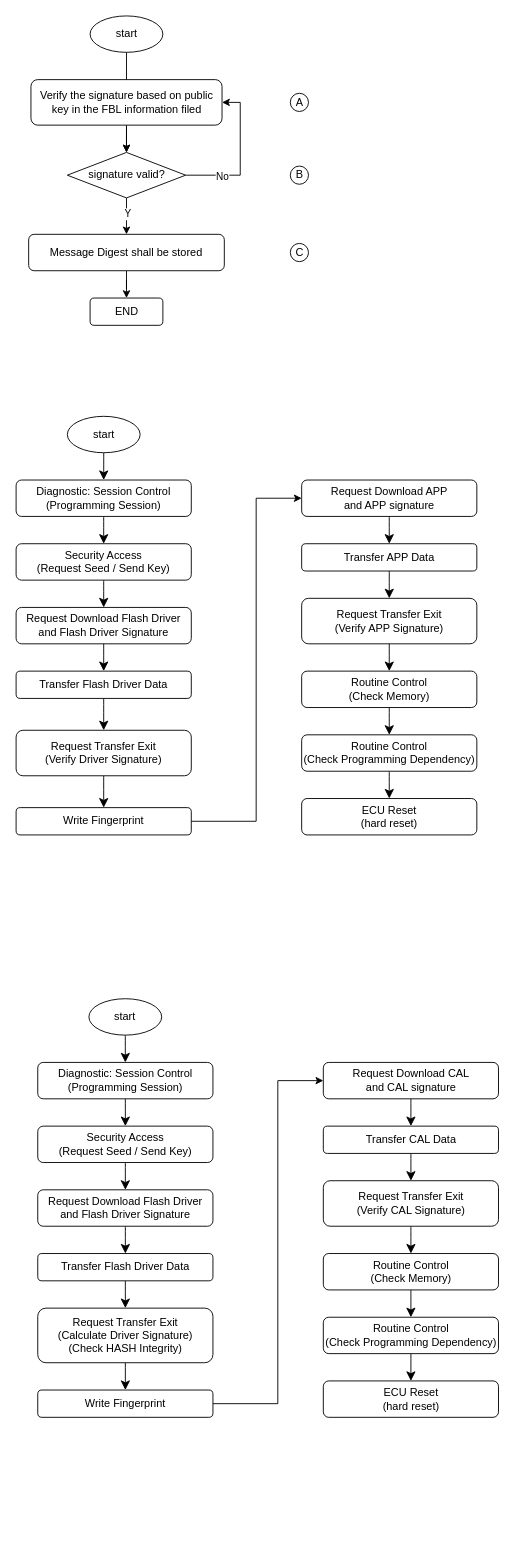
Before: Untitled Diagram.drawio in YuzhouYe/peb, a draw.io diagram. Source tidied: cells renumbered, new cells numbered last; positions are measured from the earlier drawing's top-left corner, leaving out a move shared by most shapes. Both pictures are drawn from the tidied source at 91%, with x=0, y=0 at pixel (15, 15).
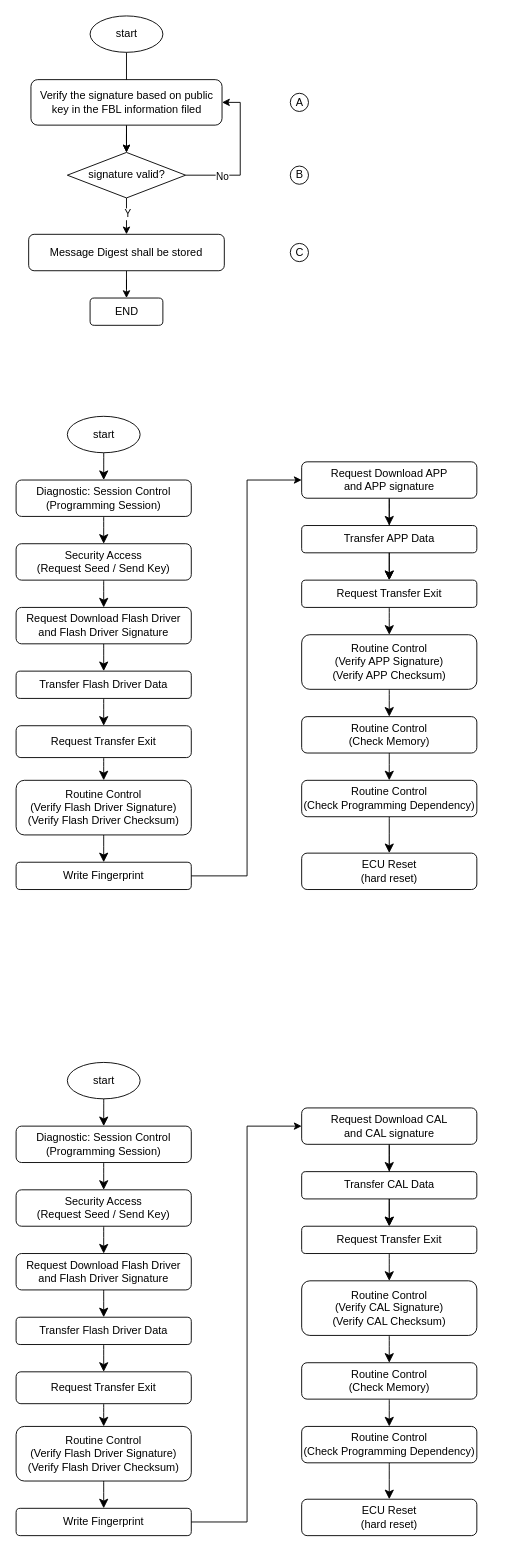
After the change.

What changed in the source:
```diff
@@
-    <mxCell id="27" style="edgeStyle=none;curved=1;rounded=0;jettySize=auto;html=1;exitX=0.5;exitY=1;exitDx=0;exitDy=0;entryX=0.5;entryY=0;entryDx=0;entryDy=0;fontSize=12;startSize=8;endSize=8;" parent="1" edge="1" source="28" target="29">
-      <mxGeometry relative="1" as="geometry" />
-    </mxCell>
+    <mxCell id="67" style="edgeStyle=none;curved=1;rounded=0;jettySize=auto;html=1;exitX=0.5;exitY=1;exitDx=0;exitDy=0;entryX=0.5;entryY=0;entryDx=0;entryDy=0;fontSize=12;startSize=8;endSize=8;" parent="1" edge="1" source="28" target="70">
+      <mxGeometry relative="1" as="geometry" />
+    </mxCell>
-    <mxCell id="28" value="Request Transfer Exit&lt;div&gt;(Verify Driver Signature)&lt;/div&gt;" style="rounded=1;whiteSpace=wrap;html=1;" parent="1" vertex="1">
-      <mxGeometry x="0.2" y="785" width="192.5" height="50" as="geometry" />
+    <mxCell id="28" value="Request Transfer Exit" style="rounded=1;whiteSpace=wrap;html=1;" parent="1" vertex="1">
+      <mxGeometry x="0.2" y="780" width="192.5" height="35" as="geometry" />
     </mxCell>
     <mxCell id="29" value="Write Fingerprint" style="rounded=1;whiteSpace=wrap;html=1;" parent="1" vertex="1">
-      <mxGeometry x="0.2" y="870" width="192.5" height="30" as="geometry" />
+      <mxGeometry x="0.2" y="930" width="192.5" height="30" as="geometry" />
     </mxCell>
@@
+    <mxCell id="68" style="edgeStyle=none;curved=1;rounded=0;jettySize=auto;html=1;fontSize=12;startSize=8;endSize=8;" parent="1" edge="1" source="31" target="35">
+      <mxGeometry relative="1" as="geometry" />
+    </mxCell>
     <mxCell id="31" value="Request Download APP&lt;div&gt;and APP signature&lt;/div&gt;" style="rounded=1;whiteSpace=wrap;html=1;" parent="1" vertex="1">
-      <mxGeometry x="314" y="510" width="192.5" height="40" as="geometry" />
+      <mxGeometry x="314" y="490" width="192.5" height="40" as="geometry" />
     </mxCell>
@@
     <mxCell id="33" value="Transfer APP Data" style="rounded=1;whiteSpace=wrap;html=1;" parent="1" vertex="1">
-      <mxGeometry x="314" y="580" width="192.5" height="30" as="geometry" />
+      <mxGeometry x="314" y="560" width="192.5" height="30" as="geometry" />
     </mxCell>
-    <mxCell id="34" style="edgeStyle=none;curved=1;rounded=0;jettySize=auto;html=1;entryX=0.5;entryY=0;entryDx=0;entryDy=0;fontSize=12;startSize=8;endSize=8;" parent="1" edge="1" source="35" target="37">
+    <mxCell id="34" style="edgeStyle=none;curved=1;rounded=0;jettySize=auto;html=1;entryX=0.5;entryY=0;entryDx=0;entryDy=0;fontSize=12;startSize=8;endSize=8;" parent="1" edge="1" source="35" target="72">
       <mxGeometry relative="1" as="geometry" />
     </mxCell>
-    <mxCell id="35" value="Request Transfer Exit&lt;div&gt;(Verify APP Signature)&lt;/div&gt;" style="rounded=1;whiteSpace=wrap;html=1;" parent="1" vertex="1">
-      <mxGeometry x="314" y="640" width="192.5" height="50" as="geometry" />
+    <mxCell id="35" value="Request Transfer Exit" style="rounded=1;whiteSpace=wrap;html=1;" parent="1" vertex="1">
+      <mxGeometry x="314" y="620" width="192.5" height="30" as="geometry" />
     </mxCell>
-    <mxCell id="36" style="edgeStyle=none;curved=1;rounded=0;jettySize=auto;html=1;exitX=0.5;exitY=1;exitDx=0;exitDy=0;entryX=0.5;entryY=0;entryDx=0;entryDy=0;fontSize=12;startSize=8;endSize=8;" parent="1" edge="1" source="37" target="39">
-      <mxGeometry relative="1" as="geometry" />
-    </mxCell>
-    <mxCell id="37" value="Routine Control&lt;div&gt;(Check Memory)&lt;/div&gt;" style="rounded=1;whiteSpace=wrap;html=1;" parent="1" vertex="1">
-      <mxGeometry x="314" y="720" width="192.5" height="40" as="geometry" />
-    </mxCell>
@@
     <mxCell id="39" value="Routine Control&lt;div&gt;(Check Programming Dependency)&lt;/div&gt;" style="rounded=1;whiteSpace=wrap;html=1;" parent="1" vertex="1">
-      <mxGeometry x="314" y="790" width="192.5" height="40" as="geometry" />
+      <mxGeometry x="314" y="840" width="192.5" height="40" as="geometry" />
     </mxCell>
     <mxCell id="40" value="ECU Reset&lt;div&gt;(hard reset)&lt;/div&gt;" style="rounded=1;whiteSpace=wrap;html=1;" parent="1" vertex="1">
-      <mxGeometry x="314" y="860" width="192.5" height="40" as="geometry" />
+      <mxGeometry x="314" y="920" width="192.5" height="40" as="geometry" />
     </mxCell>
+    <mxCell id="69" style="edgeStyle=none;curved=1;rounded=0;jettySize=auto;html=1;exitX=0.5;exitY=1;exitDx=0;exitDy=0;fontSize=12;startSize=8;endSize=8;" parent="1" edge="1" source="70" target="29">
+      <mxGeometry relative="1" as="geometry" />
+    </mxCell>
+    <mxCell id="70" value="Routine Control&lt;div&gt;&lt;span style=&quot;background-color: transparent; color: light-dark(rgb(0, 0, 0), rgb(255, 255, 255));&quot;&gt;(Verify Flash Driver Signature)&lt;/span&gt;&lt;/div&gt;&lt;div&gt;&lt;div&gt;(Verify Flash Driver Checksum)&lt;/div&gt;&lt;/div&gt;" style="rounded=1;whiteSpace=wrap;html=1;" parent="1" vertex="1">
+      <mxGeometry x="0.2" y="840" width="192.5" height="60" as="geometry" />
+    </mxCell>
+    <mxCell id="71" style="edgeStyle=none;curved=1;rounded=0;jettySize=auto;html=1;exitX=0.5;exitY=1;exitDx=0;exitDy=0;entryX=0.5;entryY=0;entryDx=0;entryDy=0;fontSize=12;startSize=8;endSize=8;" parent="1" edge="1" source="72" target="74">
+      <mxGeometry relative="1" as="geometry" />
+    </mxCell>
+    <mxCell id="72" value="Routine Control&lt;div&gt;&lt;span style=&quot;background-color: transparent; color: light-dark(rgb(0, 0, 0), rgb(255, 255, 255));&quot;&gt;(Verify APP Signature)&lt;/span&gt;&lt;/div&gt;&lt;div&gt;&lt;div&gt;(Verify APP Checksum)&lt;/div&gt;&lt;/div&gt;" style="rounded=1;whiteSpace=wrap;html=1;" parent="1" vertex="1">
+      <mxGeometry x="314" y="680" width="192.5" height="60" as="geometry" />
+    </mxCell>
+    <mxCell id="73" style="edgeStyle=none;curved=1;rounded=0;jettySize=auto;html=1;exitX=0.5;exitY=1;exitDx=0;exitDy=0;entryX=0.5;entryY=0;entryDx=0;entryDy=0;fontSize=12;startSize=8;endSize=8;" parent="1" edge="1" source="74" target="39">
+      <mxGeometry relative="1" as="geometry" />
+    </mxCell>
+    <mxCell id="74" value="Routine Control&lt;div&gt;(Check Memory)&lt;/div&gt;" style="rounded=1;whiteSpace=wrap;html=1;" parent="1" vertex="1">
+      <mxGeometry x="314" y="770" width="192.5" height="40" as="geometry" />
+    </mxCell>
     <mxCell id="41" style="edgeStyle=orthogonalEdgeStyle;rounded=0;jettySize=auto;html=1;entryX=0;entryY=0.5;entryDx=0;entryDy=0;exitX=1;exitY=0.5;exitDx=0;exitDy=0;" parent="1" edge="1" source="29" target="31">
       <mxGeometry relative="1" as="geometry">
         <Array as="points">
-          <mxPoint x="264" y="885" />
-          <mxPoint x="264" y="530" />
+          <mxPoint x="254" y="945" />
+          <mxPoint x="254" y="510" />
         </Array>
       </mxGeometry>
     </mxCell>
@@
     <mxCell id="43" value="start" style="ellipse;whiteSpace=wrap;html=1;" parent="1" vertex="1">
-      <mxGeometry x="80.2" y="1080" width="80" height="40" as="geometry" />
+      <mxGeometry x="56.5" y="1150" width="80" height="40" as="geometry" />
     </mxCell>
@@
     <mxCell id="45" value="Diagnostic: Session Control&lt;div&gt;(Programming Session)&lt;/div&gt;" style="rounded=1;whiteSpace=wrap;html=1;" parent="1" vertex="1">
-      <mxGeometry x="24" y="1150" width="192.5" height="40" as="geometry" />
+      <mxGeometry x="0.2" y="1220" width="192.5" height="40" as="geometry" />
     </mxCell>
@@
     <mxCell id="47" value="Security Access&lt;div&gt;(Request Seed / Send Key)&lt;/div&gt;" style="rounded=1;whiteSpace=wrap;html=1;" parent="1" vertex="1">
-      <mxGeometry x="24" y="1220" width="192.5" height="40" as="geometry" />
+      <mxGeometry x="0.2" y="1290" width="192.5" height="40" as="geometry" />
     </mxCell>
@@
     <mxCell id="49" value="Request Download Flash Driver&lt;div&gt;and Flash Driver Signature&lt;/div&gt;" style="rounded=1;whiteSpace=wrap;html=1;" parent="1" vertex="1">
-      <mxGeometry x="24" y="1290" width="192.5" height="40" as="geometry" />
+      <mxGeometry x="0.2" y="1360" width="192.5" height="40" as="geometry" />
     </mxCell>
-    <mxCell id="50" style="edgeStyle=none;curved=1;rounded=0;jettySize=auto;html=1;exitX=0.5;exitY=1;exitDx=0;exitDy=0;entryX=0.5;entryY=0;entryDx=0;entryDy=0;fontSize=12;startSize=8;endSize=8;" parent="1" edge="1" source="51" target="53">
-      <mxGeometry relative="1" as="geometry" />
-    </mxCell>
+    <mxCell id="75" style="edgeStyle=none;curved=1;rounded=0;jettySize=auto;html=1;exitX=0.5;exitY=1;exitDx=0;exitDy=0;entryX=0.5;entryY=0;entryDx=0;entryDy=0;fontSize=12;startSize=8;endSize=8;" parent="1" edge="1" source="51" target="77">
+      <mxGeometry relative="1" as="geometry" />
+    </mxCell>
     <mxCell id="51" value="Transfer Flash Driver Data" style="rounded=1;whiteSpace=wrap;html=1;" parent="1" vertex="1">
-      <mxGeometry x="24" y="1360" width="192.5" height="30" as="geometry" />
+      <mxGeometry x="0.2" y="1430" width="192.5" height="30" as="geometry" />
     </mxCell>
-    <mxCell id="52" style="edgeStyle=none;curved=1;rounded=0;jettySize=auto;html=1;exitX=0.5;exitY=1;exitDx=0;exitDy=0;entryX=0.5;entryY=0;entryDx=0;entryDy=0;fontSize=12;startSize=8;endSize=8;" parent="1" edge="1" source="53" target="54">
-      <mxGeometry relative="1" as="geometry" />
-    </mxCell>
-    <mxCell id="53" value="Request Transfer Exit&lt;div&gt;(Calculate Driver Signature)&lt;/div&gt;&lt;div&gt;(Check HASH Integrity)&lt;/div&gt;" style="rounded=1;whiteSpace=wrap;html=1;" parent="1" vertex="1">
-      <mxGeometry x="24" y="1420" width="192.5" height="60" as="geometry" />
-    </mxCell>
+    <mxCell id="76" style="edgeStyle=none;curved=1;rounded=0;jettySize=auto;html=1;exitX=0.5;exitY=1;exitDx=0;exitDy=0;entryX=0.5;entryY=0;entryDx=0;entryDy=0;fontSize=12;startSize=8;endSize=8;" parent="1" edge="1" source="77" target="83">
+      <mxGeometry relative="1" as="geometry" />
+    </mxCell>
+    <mxCell id="77" value="Request Transfer Exit" style="rounded=1;whiteSpace=wrap;html=1;" parent="1" vertex="1">
+      <mxGeometry x="0.2" y="1490" width="192.5" height="35" as="geometry" />
+    </mxCell>
     <mxCell id="54" value="Write Fingerprint" style="rounded=1;whiteSpace=wrap;html=1;" parent="1" vertex="1">
-      <mxGeometry x="24" y="1510" width="192.5" height="30" as="geometry" />
+      <mxGeometry x="0.2" y="1640" width="192.5" height="30" as="geometry" />
     </mxCell>
@@
+    <mxCell id="78" style="edgeStyle=none;curved=1;rounded=0;jettySize=auto;html=1;fontSize=12;startSize=8;endSize=8;" parent="1" edge="1" source="56" target="81">
+      <mxGeometry relative="1" as="geometry" />
+    </mxCell>
     <mxCell id="56" value="Request Download CAL&lt;div&gt;and CAL signature&lt;/div&gt;" style="rounded=1;whiteSpace=wrap;html=1;" parent="1" vertex="1">
-      <mxGeometry x="337.8" y="1150" width="192.5" height="40" as="geometry" />
+      <mxGeometry x="314" y="1200" width="192.5" height="40" as="geometry" />
     </mxCell>
-    <mxCell id="57" style="edgeStyle=none;curved=1;rounded=0;jettySize=auto;html=1;fontSize=12;startSize=8;endSize=8;" parent="1" edge="1" source="58" target="60">
-      <mxGeometry relative="1" as="geometry" />
-    </mxCell>
+    <mxCell id="79" style="edgeStyle=none;curved=1;rounded=0;jettySize=auto;html=1;fontSize=12;startSize=8;endSize=8;" parent="1" edge="1" source="58" target="81">
+      <mxGeometry relative="1" as="geometry" />
+    </mxCell>
     <mxCell id="58" value="Transfer CAL Data" style="rounded=1;whiteSpace=wrap;html=1;" parent="1" vertex="1">
-      <mxGeometry x="337.8" y="1220" width="192.5" height="30" as="geometry" />
+      <mxGeometry x="314" y="1270" width="192.5" height="30" as="geometry" />
     </mxCell>
-    <mxCell id="59" style="edgeStyle=none;curved=1;rounded=0;jettySize=auto;html=1;entryX=0.5;entryY=0;entryDx=0;entryDy=0;fontSize=12;startSize=8;endSize=8;" parent="1" edge="1" source="60" target="62">
-      <mxGeometry relative="1" as="geometry" />
-    </mxCell>
-    <mxCell id="60" value="Request Transfer Exit&lt;div&gt;(Verify CAL Signature)&lt;/div&gt;" style="rounded=1;whiteSpace=wrap;html=1;" parent="1" vertex="1">
-      <mxGeometry x="337.8" y="1280" width="192.5" height="50" as="geometry" />
-    </mxCell>
-    <mxCell id="61" style="edgeStyle=none;curved=1;rounded=0;jettySize=auto;html=1;exitX=0.5;exitY=1;exitDx=0;exitDy=0;entryX=0.5;entryY=0;entryDx=0;entryDy=0;fontSize=12;startSize=8;endSize=8;" parent="1" edge="1" source="62" target="64">
-      <mxGeometry relative="1" as="geometry" />
-    </mxCell>
-    <mxCell id="62" value="Routine Control&lt;div&gt;(Check Memory)&lt;/div&gt;" style="rounded=1;whiteSpace=wrap;html=1;" parent="1" vertex="1">
-      <mxGeometry x="337.8" y="1360" width="192.5" height="40" as="geometry" />
-    </mxCell>
+    <mxCell id="80" style="edgeStyle=none;curved=1;rounded=0;jettySize=auto;html=1;entryX=0.5;entryY=0;entryDx=0;entryDy=0;fontSize=12;startSize=8;endSize=8;" parent="1" edge="1" source="81" target="85">
+      <mxGeometry relative="1" as="geometry" />
+    </mxCell>
+    <mxCell id="81" value="Request Transfer Exit" style="rounded=1;whiteSpace=wrap;html=1;" parent="1" vertex="1">
+      <mxGeometry x="314" y="1330" width="192.5" height="30" as="geometry" />
+    </mxCell>
@@
     <mxCell id="64" value="Routine Control&lt;div&gt;(Check Programming Dependency)&lt;/div&gt;" style="rounded=1;whiteSpace=wrap;html=1;" parent="1" vertex="1">
-      <mxGeometry x="337.8" y="1430" width="192.5" height="40" as="geometry" />
+      <mxGeometry x="314" y="1550" width="192.5" height="40" as="geometry" />
     </mxCell>
     <mxCell id="65" value="ECU Reset&lt;div&gt;(hard reset)&lt;/div&gt;" style="rounded=1;whiteSpace=wrap;html=1;" parent="1" vertex="1">
-      <mxGeometry x="337.8" y="1500" width="192.5" height="40" as="geometry" />
+      <mxGeometry x="314" y="1630" width="192.5" height="40" as="geometry" />
     </mxCell>
+    <mxCell id="82" style="edgeStyle=none;curved=1;rounded=0;jettySize=auto;html=1;exitX=0.5;exitY=1;exitDx=0;exitDy=0;fontSize=12;startSize=8;endSize=8;" parent="1" edge="1" source="83" target="54">
+      <mxGeometry relative="1" as="geometry" />
+    </mxCell>
+    <mxCell id="83" value="Routine Control&lt;div&gt;&lt;span style=&quot;background-color: transparent; color: light-dark(rgb(0, 0, 0), rgb(255, 255, 255));&quot;&gt;(Verify Flash Driver Signature)&lt;/span&gt;&lt;/div&gt;&lt;div&gt;&lt;div&gt;(Verify Flash Driver Checksum)&lt;/div&gt;&lt;/div&gt;" style="rounded=1;whiteSpace=wrap;html=1;" parent="1" vertex="1">
+      <mxGeometry x="0.2" y="1550" width="192.5" height="60" as="geometry" />
+    </mxCell>
+    <mxCell id="84" style="edgeStyle=none;curved=1;rounded=0;jettySize=auto;html=1;exitX=0.5;exitY=1;exitDx=0;exitDy=0;entryX=0.5;entryY=0;entryDx=0;entryDy=0;fontSize=12;startSize=8;endSize=8;" parent="1" edge="1" source="85" target="87">
+      <mxGeometry relative="1" as="geometry" />
+    </mxCell>
+    <mxCell id="85" value="Routine Control&lt;div&gt;&lt;span style=&quot;background-color: transparent; color: light-dark(rgb(0, 0, 0), rgb(255, 255, 255));&quot;&gt;(Verify CAL Signature)&lt;/span&gt;&lt;/div&gt;&lt;div&gt;&lt;div&gt;(Verify CAL Checksum)&lt;/div&gt;&lt;/div&gt;" style="rounded=1;whiteSpace=wrap;html=1;" parent="1" vertex="1">
+      <mxGeometry x="314" y="1390" width="192.5" height="60" as="geometry" />
+    </mxCell>
+    <mxCell id="86" style="edgeStyle=none;curved=1;rounded=0;jettySize=auto;html=1;exitX=0.5;exitY=1;exitDx=0;exitDy=0;entryX=0.5;entryY=0;entryDx=0;entryDy=0;fontSize=12;startSize=8;endSize=8;" parent="1" edge="1" source="87" target="64">
+      <mxGeometry relative="1" as="geometry" />
+    </mxCell>
+    <mxCell id="87" value="Routine Control&lt;div&gt;(Check Memory)&lt;/div&gt;" style="rounded=1;whiteSpace=wrap;html=1;" parent="1" vertex="1">
+      <mxGeometry x="314" y="1480" width="192.5" height="40" as="geometry" />
+    </mxCell>
     <mxCell id="66" style="edgeStyle=orthogonalEdgeStyle;rounded=0;jettySize=auto;html=1;entryX=0;entryY=0.5;entryDx=0;entryDy=0;exitX=1;exitY=0.5;exitDx=0;exitDy=0;" parent="1" edge="1" source="54" target="56">
       <mxGeometry relative="1" as="geometry">
         <Array as="points">
-          <mxPoint x="287.8" y="1525" />
-          <mxPoint x="287.8" y="1170" />
+          <mxPoint x="254" y="1655" />
+          <mxPoint x="254" y="1220" />
         </Array>
       </mxGeometry>
     </mxCell>
```
